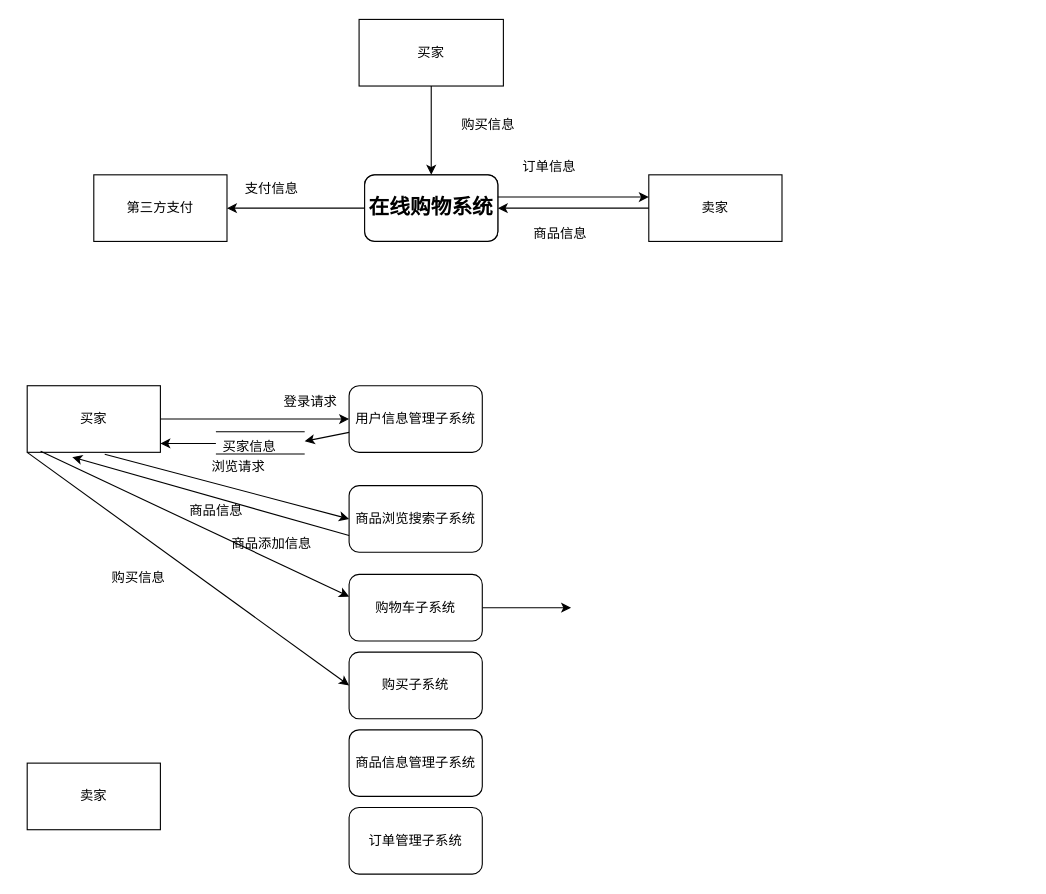
Earlier version of the draw.io diagram hello/软件需求实验一数据流图.drawio (White1943/drawio). Source tidied: cells renumbered, new cells numbered last; positions are measured from the earlier drawing's top-left corner, leaving out a move shared by most shapes. Both pictures are drawn from the tidied source at 111%, with x=0, y=0 at pixel (27, 19).
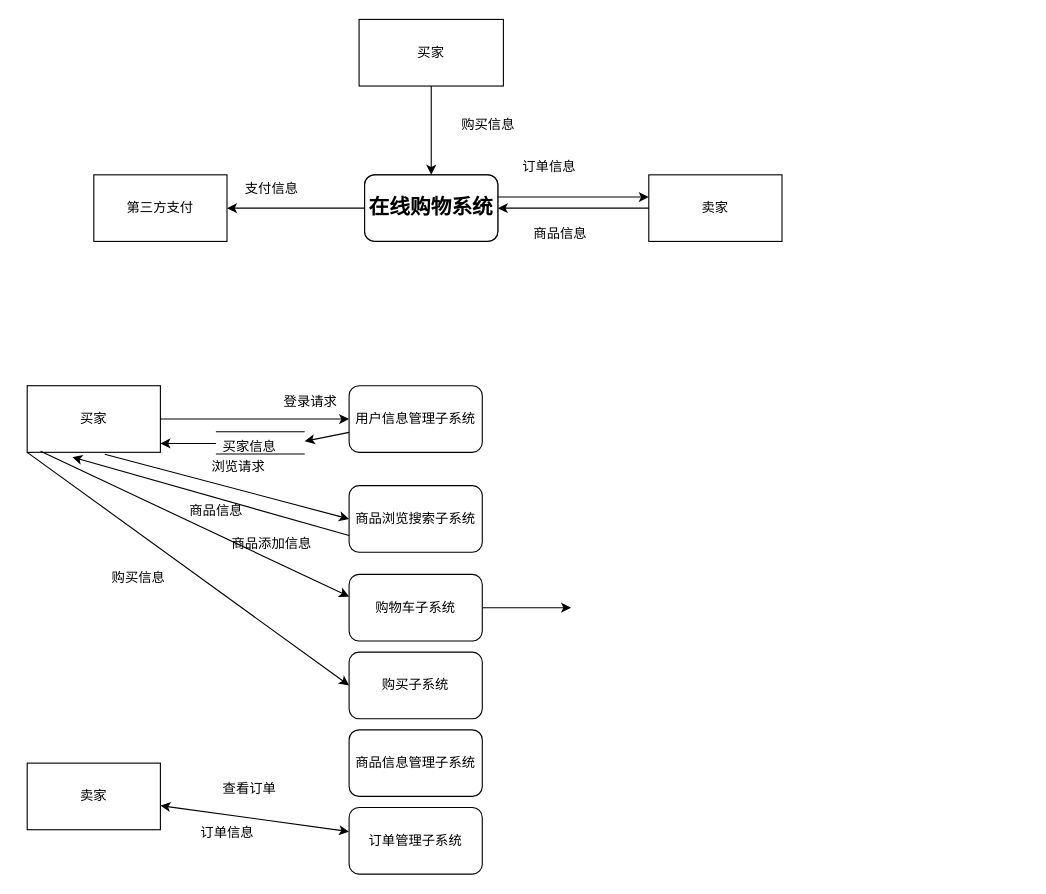
The same diagram, later.

Commit message (it also covers changes not shown here):
更新软件需求实验一数据流图.drawio

Unchanged cells that the change refers to:
```xml
<mxCell id="16" value="卖家" style="rounded=0;whiteSpace=wrap;html=1;" parent="1" vertex="1">
  <mxGeometry y="670" width="120" height="60" as="geometry" />
</mxCell>
<mxCell id="19" value="订单管理子系统" style="rounded=1;whiteSpace=wrap;html=1;" parent="1" vertex="1">
  <mxGeometry x="290" y="710" width="120" height="60" as="geometry" />
</mxCell>
```

Diff of the diagram source:
```diff
@@
+    <mxCell id="40" style="endArrow=classic;startArrow=classic;html=1;rounded=0;" parent="1" edge="1" source="16" target="19">
+      <mxGeometry relative="1" as="geometry" />
+    </mxCell>
+    <mxCell id="41" value="查看订单" style="text;html=1;align=center;verticalAlign=middle;strokeColor=none;fillColor=none;" parent="1" vertex="1">
+      <mxGeometry x="165" y="678" width="70" height="30" as="geometry" />
+    </mxCell>
+    <mxCell id="42" value="订单信息" style="text;html=1;align=center;verticalAlign=middle;strokeColor=none;fillColor=none;" parent="1" vertex="1">
+      <mxGeometry x="145" y="718" width="70" height="30" as="geometry" />
+    </mxCell>
```
